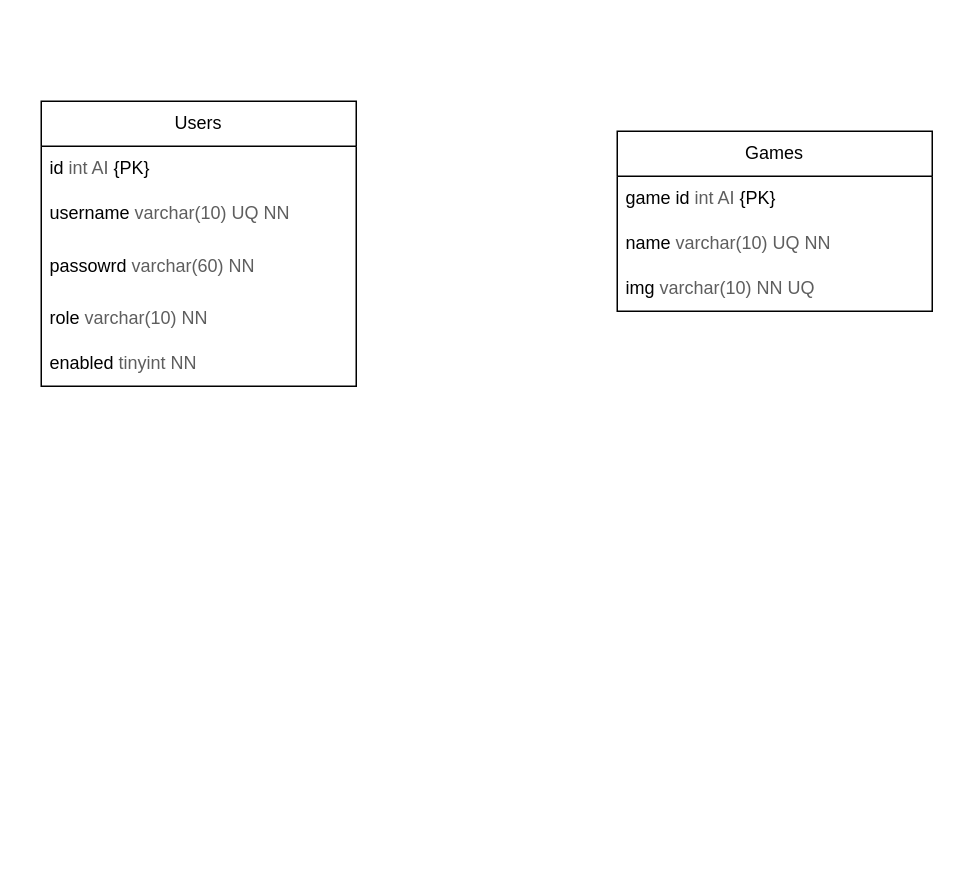
Earlier version of the draw.io diagram database er-modell/Database ER-model.drawio (moab01567/game). Source tidied: cells renumbered, new cells numbered last; positions are measured from the earlier drawing's top-left corner, leaving out a move shared by most shapes. Both pictures are drawn from the tidied source at 150%, with x=0, y=0 at pixel (40, 100).
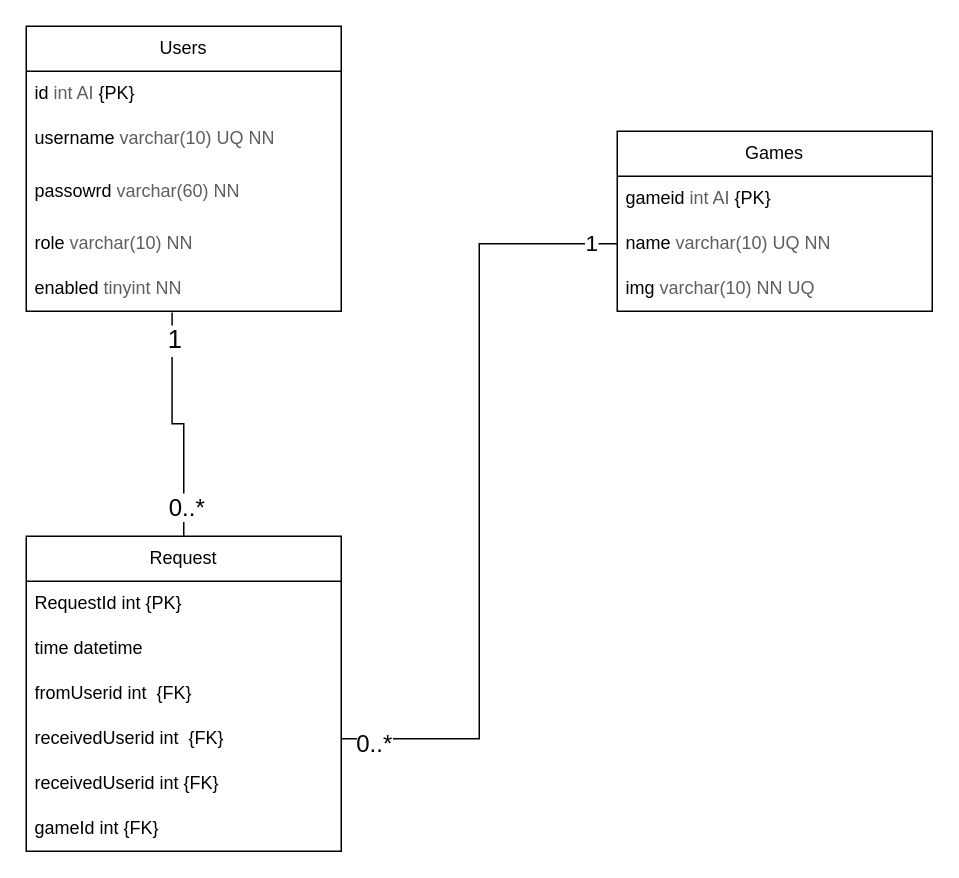
Above is the later version.

Commit message:
request table made

Unchanged cells that the change refers to:
```xml
<mxCell id="7" value="enabled&amp;nbsp;&lt;span style=&quot;color: rgb(94, 94, 94); -webkit-text-stroke-color: rgb(94, 94, 94); background-color: initial;&quot;&gt;tinyint&lt;/span&gt;&lt;span style=&quot;color: rgb(94, 94, 94); -webkit-text-stroke-color: rgb(94, 94, 94);&quot;&gt;&amp;nbsp;NN&lt;/span&gt;" style="text;strokeColor=none;fillColor=none;align=left;verticalAlign=middle;spacingLeft=4;spacingRight=4;overflow=hidden;points=[[0,0.5],[1,0.5]];portConstraint=eastwest;whiteSpace=wrap;html=1;" parent="2" vertex="1">
  <mxGeometry y="160" width="210" height="30" as="geometry" />
</mxCell>
<mxCell id="8" value="Games" style="swimlane;fontStyle=0;horizontal=1;startSize=30;whiteSpace=wrap;html=1;" parent="1" vertex="1">
  <mxGeometry x="384" y="20" width="210" height="120" as="geometry" />
</mxCell>
<mxCell id="10" value="name&amp;nbsp;&lt;span style=&quot;color: rgb(94, 94, 94); -webkit-text-stroke-color: rgb(94, 94, 94); background-color: initial;&quot;&gt;varchar(10) UQ NN&lt;/span&gt;" style="text;strokeColor=none;fillColor=none;align=left;verticalAlign=middle;spacingLeft=4;spacingRight=4;overflow=hidden;points=[[0,0.5],[1,0.5]];portConstraint=eastwest;whiteSpace=wrap;html=1;" parent="8" vertex="1">
  <mxGeometry y="60" width="210" height="30" as="geometry" />
</mxCell>
```

What changed in the source:
```diff
@@
     <mxCell id="2" value="Users" style="swimlane;fontStyle=0;horizontal=1;startSize=30;whiteSpace=wrap;html=1;" parent="1" vertex="1">
-      <mxGeometry width="210" height="190" as="geometry" />
+      <mxGeometry x="-10" y="-50" width="210" height="190" as="geometry" />
     </mxCell>
@@
-    <mxCell id="9" value="&lt;span style=&quot;-webkit-text-stroke-color: rgb(94, 94, 94); background-color: initial;&quot;&gt;game id&amp;nbsp;&lt;/span&gt;&lt;span style=&quot;color: rgb(94, 94, 94); -webkit-text-stroke-color: rgb(94, 94, 94); background-color: initial;&quot;&gt;int AI &lt;/span&gt;&lt;span style=&quot;background-color: initial;&quot;&gt;{PK}&lt;/span&gt;" style="text;strokeColor=none;fillColor=none;align=left;verticalAlign=middle;spacingLeft=4;spacingRight=4;overflow=hidden;whiteSpace=wrap;html=1;" parent="8" vertex="1">
+    <mxCell id="9" value="&lt;span style=&quot;-webkit-text-stroke-color: rgb(94, 94, 94); background-color: initial;&quot;&gt;gameid&amp;nbsp;&lt;/span&gt;&lt;span style=&quot;color: rgb(94, 94, 94); -webkit-text-stroke-color: rgb(94, 94, 94); background-color: initial;&quot;&gt;int AI &lt;/span&gt;&lt;span style=&quot;background-color: initial;&quot;&gt;{PK}&lt;/span&gt;" style="text;strokeColor=none;fillColor=none;align=left;verticalAlign=middle;spacingLeft=4;spacingRight=4;overflow=hidden;whiteSpace=wrap;html=1;" parent="8" vertex="1">
       <mxGeometry y="30" width="210" height="30" as="geometry" />
     </mxCell>
@@
+    <mxCell id="12" value="Request" style="swimlane;fontStyle=0;horizontal=1;startSize=30;whiteSpace=wrap;html=1;" parent="1" vertex="1">
+      <mxGeometry x="-10" y="290" width="210" height="210" as="geometry" />
+    </mxCell>
+    <mxCell id="13" value="RequestId int {PK}" style="text;strokeColor=none;fillColor=none;align=left;verticalAlign=middle;spacingLeft=4;spacingRight=4;overflow=hidden;whiteSpace=wrap;html=1;" parent="12" vertex="1">
+      <mxGeometry y="30" width="210" height="30" as="geometry" />
+    </mxCell>
+    <mxCell id="14" value="time datetime" style="text;strokeColor=none;fillColor=none;align=left;verticalAlign=middle;spacingLeft=4;spacingRight=4;overflow=hidden;whiteSpace=wrap;html=1;" parent="12" vertex="1">
+      <mxGeometry y="60" width="210" height="30" as="geometry" />
+    </mxCell>
+    <mxCell id="15" value="fromUserid int&amp;nbsp; {FK}" style="text;strokeColor=none;fillColor=none;align=left;verticalAlign=middle;spacingLeft=4;spacingRight=4;overflow=hidden;whiteSpace=wrap;html=1;" parent="12" vertex="1">
+      <mxGeometry y="90" width="210" height="30" as="geometry" />
+    </mxCell>
+    <mxCell id="16" value="receivedUserid int&amp;nbsp; {FK}" style="text;strokeColor=none;fillColor=none;align=left;verticalAlign=middle;spacingLeft=4;spacingRight=4;overflow=hidden;points=[[0,0.5],[1,0.5]];portConstraint=eastwest;whiteSpace=wrap;html=1;" parent="12" vertex="1">
+      <mxGeometry y="120" width="210" height="30" as="geometry" />
+    </mxCell>
+    <mxCell id="17" value="receivedUserid int {FK}" style="text;strokeColor=none;fillColor=none;align=left;verticalAlign=middle;spacingLeft=4;spacingRight=4;overflow=hidden;whiteSpace=wrap;html=1;" parent="12" vertex="1">
+      <mxGeometry y="150" width="210" height="30" as="geometry" />
+    </mxCell>
+    <mxCell id="18" value="gameId int {FK}" style="text;strokeColor=none;fillColor=none;align=left;verticalAlign=middle;spacingLeft=4;spacingRight=4;overflow=hidden;whiteSpace=wrap;html=1;" parent="12" vertex="1">
+      <mxGeometry y="180" width="210" height="30" as="geometry" />
+    </mxCell>
+    <mxCell id="19" style="rounded=0;jettySize=auto;html=1;entryX=0.43;entryY=1.113;entryDx=0;entryDy=0;entryPerimeter=0;strokeColor=none;endArrow=none;endFill=0;" parent="1" edge="1" source="12" target="7">
+      <mxGeometry relative="1" as="geometry" />
+    </mxCell>
+    <mxCell id="20" style="rounded=0;jettySize=auto;html=1;exitX=0.5;exitY=0;exitDx=0;exitDy=0;entryX=0.463;entryY=1.027;entryDx=0;entryDy=0;entryPerimeter=0;edgeStyle=orthogonalEdgeStyle;endArrow=none;endFill=0;" parent="1" edge="1" source="12" target="7">
+      <mxGeometry relative="1" as="geometry" />
+    </mxCell>
+    <mxCell id="21" value="1" style="edgeLabel;html=1;align=center;verticalAlign=middle;spacing=5;fontSize=17;" parent="20" vertex="1">
+      <mxGeometry x="0.83" y="-1" relative="1" as="geometry">
+        <mxPoint y="6" as="offset" />
+      </mxGeometry>
+    </mxCell>
+    <mxCell id="22" value="0..*" style="edgeLabel;html=1;align=center;verticalAlign=middle;fontSize=16;" parent="20" vertex="1">
+      <mxGeometry x="-0.87" y="-1" relative="1" as="geometry">
+        <mxPoint y="-10" as="offset" />
+      </mxGeometry>
+    </mxCell>
+    <mxCell id="23" style="edgeStyle=orthogonalEdgeStyle;rounded=0;jettySize=auto;html=1;exitX=0;exitY=0.5;exitDx=0;exitDy=0;entryX=1;entryY=0.5;entryDx=0;entryDy=0;strokeWidth=1;endArrow=none;endFill=0;" parent="1" edge="1" source="10" target="16">
+      <mxGeometry relative="1" as="geometry" />
+    </mxCell>
+    <mxCell id="24" value="1" style="edgeLabel;html=1;align=center;verticalAlign=middle;fontSize=15;" parent="23" vertex="1">
+      <mxGeometry x="-0.93" y="-2" relative="1" as="geometry" />
+    </mxCell>
+    <mxCell id="25" value="0..*" style="edgeLabel;html=1;align=center;verticalAlign=middle;fontSize=16;" parent="23" vertex="1">
+      <mxGeometry x="0.92" y="2" relative="1" as="geometry" />
+    </mxCell>
```
